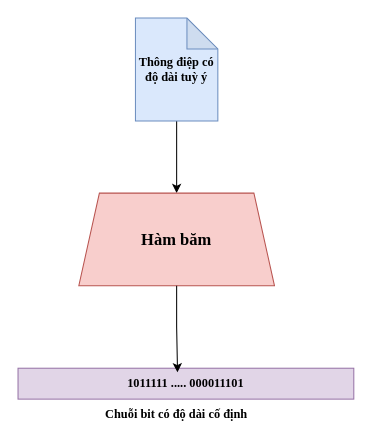
huyle84/diagrams keeps this draw.io diagram as HashFunction.drawio. Above is the earlier version. Source tidied: cells renumbered, new cells numbered last; positions are measured from the earlier drawing's top-left corner, leaving out a move shared by most shapes. Both pictures are drawn from the tidied source at 103%, with x=0, y=0 at pixel (18, 18).
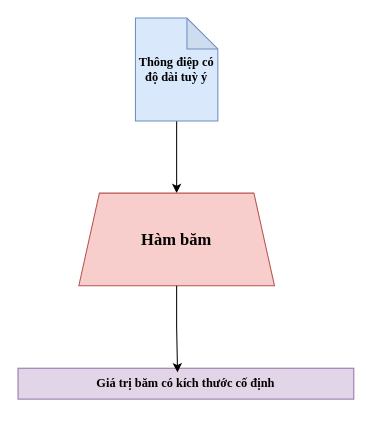
The same page after the edit.

Diff of the diagram source:
```diff
@@
 <mxGraphModel>
   <root>
     <mxCell id="0" />
     <mxCell id="1" parent="0" />
     <mxCell id="2" style="edgeStyle=orthogonalEdgeStyle;rounded=0;jettySize=auto;html=1;exitX=0.5;exitY=1;exitDx=0;exitDy=0;exitPerimeter=0;entryX=0.5;entryY=0;entryDx=0;entryDy=0;" parent="1" edge="1" source="3" target="4">
       <mxGeometry relative="1" as="geometry" />
     </mxCell>
     <mxCell id="3" value="&lt;font face=&quot;Times New Roman&quot;&gt;&lt;b&gt;Thông điệp có độ dài tuỳ ý&lt;/b&gt;&lt;/font&gt;" style="shape=note;whiteSpace=wrap;html=1;backgroundOutline=1;darkOpacity=0.05;fillColor=#dae8fc;strokeColor=#6c8ebf;" parent="1" vertex="1">
       <mxGeometry x="114" width="80" height="100" as="geometry" />
     </mxCell>
     <mxCell id="4" value="&lt;font style=&quot;font-size: 16px;&quot; face=&quot;Times New Roman&quot;&gt;&lt;b style=&quot;&quot;&gt;Hàm băm&lt;/b&gt;&lt;/font&gt;" style="shape=trapezoid;perimeter=trapezoidPerimeter;whiteSpace=wrap;html=1;fixedSize=1;fillColor=#f8cecc;strokeColor=#b85450;" parent="1" vertex="1">
       <mxGeometry x="59" y="170" width="190" height="90" as="geometry" />
     </mxCell>
-    <mxCell id="5" value="&lt;font face=&quot;Times New Roman&quot;&gt;&lt;b&gt;1011111 ..... 000011101&lt;/b&gt;&lt;/font&gt;" style="text;html=1;align=center;verticalAlign=middle;whiteSpace=wrap;rounded=0;fillColor=#e1d5e7;strokeColor=#9673a6;" parent="1" vertex="1">
+    <mxCell id="5" value="&lt;font face=&quot;Times New Roman&quot;&gt;&lt;b&gt;Giá trị băm có kích thước cố định&lt;/b&gt;&lt;/font&gt;" style="text;html=1;align=center;verticalAlign=middle;whiteSpace=wrap;rounded=0;fillColor=#e1d5e7;strokeColor=#9673a6;" parent="1" vertex="1">
       <mxGeometry y="340" width="326" height="30" as="geometry" />
     </mxCell>
-    <mxCell id="6" value="&lt;font face=&quot;Times New Roman&quot;&gt;&lt;b&gt;Chuỗi bit có độ dài cố định&lt;/b&gt;&lt;/font&gt;" style="text;html=1;align=center;verticalAlign=middle;whiteSpace=wrap;rounded=0;" parent="1" vertex="1">
-      <mxGeometry x="51" y="370" width="206" height="30" as="geometry" />
-    </mxCell>
     <mxCell id="7" style="edgeStyle=orthogonalEdgeStyle;rounded=0;jettySize=auto;html=1;exitX=0.5;exitY=1;exitDx=0;exitDy=0;entryX=0.475;entryY=0.133;entryDx=0;entryDy=0;entryPerimeter=0;" parent="1" edge="1" source="4" target="5">
       <mxGeometry relative="1" as="geometry" />
     </mxCell>
   </root>
 </mxGraphModel>
```
